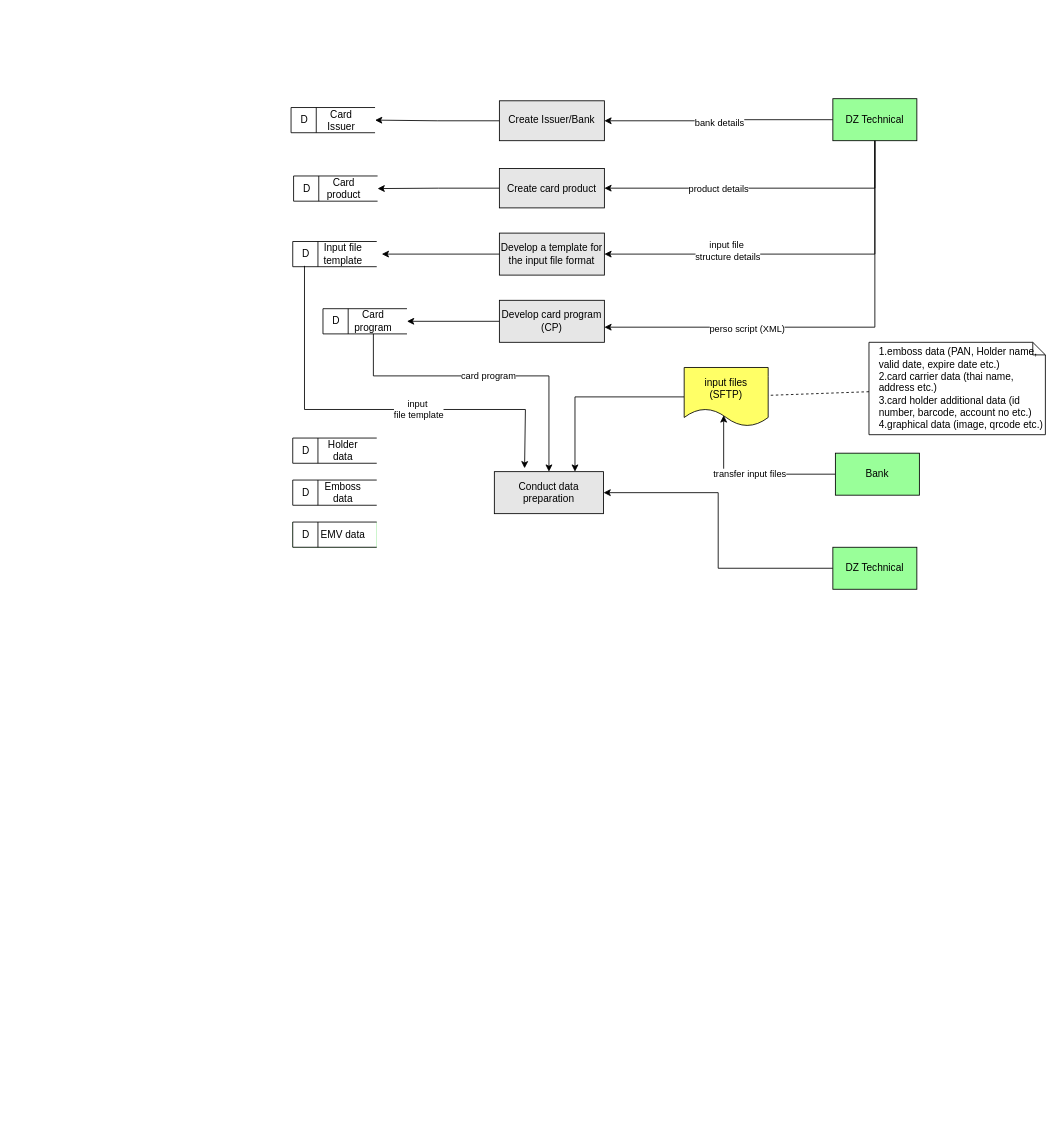
Above: page "centralize model" (1 of 3) of SmartCPSDesignSystem.drawio in delphihero/MyDocument (draw.io), before the change. Source tidied: cells renumbered, new cells numbered last; positions are measured from the earlier drawing's top-left corner, leaving out a move shared by most shapes. Both pictures are drawn from the tidied source at 84%, with x=0, y=0 at pixel (281, 98).
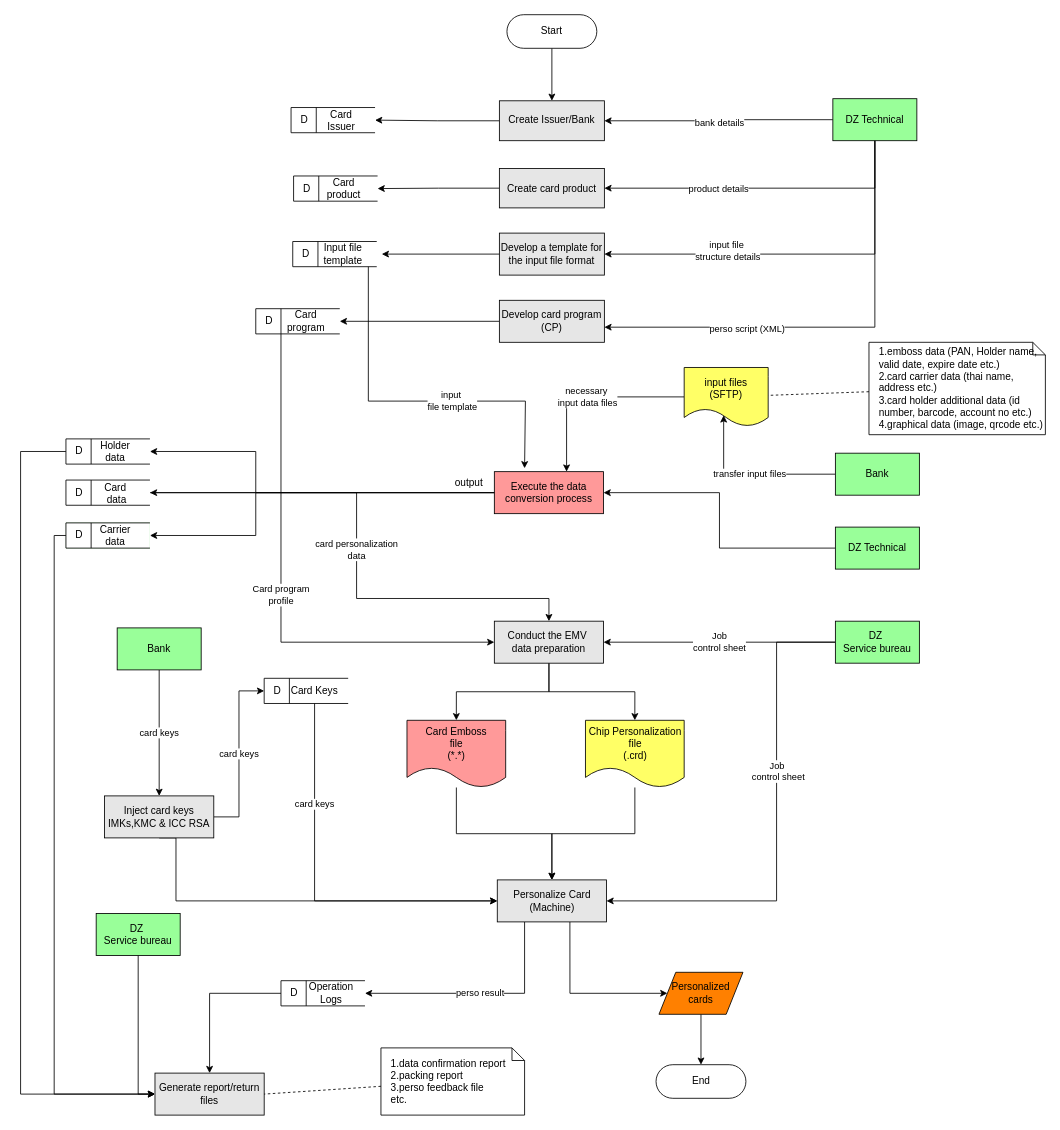
After the change.

The change refers to these unchanged cells:
```xml
<mxCell id="6" value="&lt;div&gt;input files&lt;/div&gt;&lt;div&gt;(SFTP)&lt;br&gt;&lt;/div&gt;" style="shape=document;whiteSpace=wrap;html=1;boundedLbl=1;dashed=0;flipH=1;fillColor=#FFFF66;" parent="1" vertex="1">
  <mxGeometry x="480" y="320" width="100" height="70" as="geometry" />
</mxCell>
<mxCell id="17" value="Create Issuer/Bank" style="html=1;dashed=0;whiteSpace=wrap;fillColor=#E6E6E6;" parent="1" vertex="1">
  <mxGeometry x="260" y="2.5" width="125" height="47.5" as="geometry" />
</mxCell>
<mxCell id="37" value="&amp;nbsp; D" style="html=1;dashed=0;whiteSpace=wrap;shape=mxgraph.dfd.dataStoreID;align=left;spacingLeft=3;points=[[0,0],[0.5,0],[1,0],[0,0.5],[1,0.5],[0,1],[0.5,1],[1,1]];" parent="36" vertex="1">
  <mxGeometry width="100" height="30" as="geometry" />
</mxCell>
<mxCell id="38" value="Input file template" style="text;strokeColor=none;align=center;fillColor=none;html=1;verticalAlign=middle;whiteSpace=wrap;rounded=0;" parent="36" vertex="1">
  <mxGeometry x="30" width="60" height="30" as="geometry" />
</mxCell>
<mxCell id="45" value="&amp;nbsp; D" style="html=1;dashed=0;whiteSpace=wrap;shape=mxgraph.dfd.dataStoreID;align=left;spacingLeft=3;points=[[0,0],[0.5,0],[1,0],[0,0.5],[1,0.5],[0,1],[0.5,1],[1,1]];" parent="44" vertex="1">
  <mxGeometry width="100" height="30" as="geometry" />
</mxCell>
<mxCell id="46" value="Card program" style="text;strokeColor=none;align=center;fillColor=none;html=1;verticalAlign=middle;whiteSpace=wrap;rounded=0;" parent="44" vertex="1">
  <mxGeometry x="30" width="60" height="30" as="geometry" />
</mxCell>
```

Diff of the diagram source:
```diff
@@
+    <mxCell id="50" style="edgeStyle=orthogonalEdgeStyle;rounded=0;jettySize=auto;html=1;entryX=1;entryY=0.5;entryDx=0;entryDy=0;" parent="1" edge="1" source="2" target="8">
+      <mxGeometry relative="1" as="geometry" />
+    </mxCell>
-    <mxCell id="2" value="Conduct data preparation" style="html=1;dashed=0;whiteSpace=wrap;fillColor=#E6E6E6;" parent="1" vertex="1">
+    <mxCell id="2" value="Execute the data conversion process" style="html=1;dashed=0;whiteSpace=wrap;fillColor=#FF9999;" parent="1" vertex="1">
       <mxGeometry x="254" y="444" width="130" height="50" as="geometry" />
     </mxCell>
@@
-    <mxCell id="5" style="edgeStyle=orthogonalEdgeStyle;rounded=0;jettySize=auto;html=1;" parent="1" edge="1" source="6" target="2">
+    <mxCell id="5" value="&lt;div&gt;necessary&amp;nbsp;&lt;/div&gt;&lt;div&gt;input data files&lt;/div&gt;" style="edgeStyle=orthogonalEdgeStyle;rounded=0;jettySize=auto;html=1;" parent="1" edge="1" source="6" target="2">
       <mxGeometry relative="1" as="geometry">
         <Array as="points">
-          <mxPoint x="350" y="355" />
+          <mxPoint x="340" y="355" />
         </Array>
       </mxGeometry>
     </mxCell>
@@
-    <mxCell id="7" style="group;" parent="1" vertex="1">
-      <mxGeometry x="14" y="454" width="100" height="30" as="geometry" />
-    </mxCell>
-    <mxCell id="8" value="&amp;nbsp; D" style="html=1;dashed=0;whiteSpace=wrap;shape=mxgraph.dfd.dataStoreID;align=left;spacingLeft=3;points=[[0,0],[0.5,0],[1,0],[0,0.5],[1,0.5],[0,1],[0.5,1],[1,1]];" parent="7" vertex="1">
-      <mxGeometry width="100" height="30" as="geometry" />
-    </mxCell>
-    <mxCell id="9" value="Emboss data" style="text;strokeColor=none;align=center;fillColor=none;html=1;verticalAlign=middle;whiteSpace=wrap;rounded=0;" parent="7" vertex="1">
-      <mxGeometry x="30" width="60" height="30" as="geometry" />
-    </mxCell>
-    <mxCell id="10" style="group;fillColor=#00CC00;" parent="1" vertex="1">
-      <mxGeometry x="14" y="504" width="100" height="30" as="geometry" />
-    </mxCell>
-    <mxCell id="11" value="&amp;nbsp; D" style="html=1;dashed=0;whiteSpace=wrap;shape=mxgraph.dfd.dataStoreID;align=left;spacingLeft=3;points=[[0,0],[0.5,0],[1,0],[0,0.5],[1,0.5],[0,1],[0.5,1],[1,1]];" parent="10" vertex="1">
-      <mxGeometry width="100" height="30" as="geometry" />
-    </mxCell>
-    <mxCell id="12" value="EMV data" style="text;strokeColor=none;align=center;fillColor=none;html=1;verticalAlign=middle;whiteSpace=wrap;rounded=0;" parent="10" vertex="1">
-      <mxGeometry x="30" width="60" height="30" as="geometry" />
-    </mxCell>
-    <mxCell id="13" style="group;" parent="1" vertex="1">
-      <mxGeometry x="14" y="404" width="100" height="30" as="geometry" />
-    </mxCell>
-    <mxCell id="14" value="&amp;nbsp; D" style="html=1;dashed=0;whiteSpace=wrap;shape=mxgraph.dfd.dataStoreID;align=left;spacingLeft=3;points=[[0,0],[0.5,0],[1,0],[0,0.5],[1,0.5],[0,1],[0.5,1],[1,1]];" parent="13" vertex="1">
-      <mxGeometry width="100" height="30" as="geometry" />
-    </mxCell>
-    <mxCell id="15" value="Holder data" style="text;strokeColor=none;align=center;fillColor=none;html=1;verticalAlign=middle;whiteSpace=wrap;rounded=0;" parent="13" vertex="1">
-      <mxGeometry x="30" width="60" height="30" as="geometry" />
-    </mxCell>
@@
-    <mxCell id="39" value="&lt;div&gt;input&amp;nbsp;&lt;/div&gt;&lt;div&gt;file template&lt;/div&gt;" style="rounded=0;jettySize=auto;html=1;edgeStyle=orthogonalEdgeStyle;exitX=0.14;exitY=0.967;exitDx=0;exitDy=0;exitPerimeter=0;" parent="1" edge="1" source="37">
+    <mxCell id="39" value="&lt;div&gt;input&amp;nbsp;&lt;/div&gt;&lt;div&gt;file template&lt;/div&gt;" style="rounded=0;jettySize=auto;html=1;edgeStyle=orthogonalEdgeStyle;exitX=1;exitY=1;exitDx=0;exitDy=0;" parent="1" edge="1" source="38">
       <mxGeometry x="0.22" relative="1" as="geometry">
         <mxPoint x="290" y="440" as="targetPoint" />
         <Array as="points">
-          <mxPoint x="28" y="370" />
-          <mxPoint x="291" y="370" />
+          <mxPoint x="104" y="360" />
+          <mxPoint x="291" y="360" />
         </Array>
       </mxGeometry>
     </mxCell>
@@
     <mxCell id="44" style="group;" parent="1" vertex="1">
-      <mxGeometry x="50" y="250" width="100" height="30" as="geometry" />
+      <mxGeometry x="-30" y="250" width="100" height="30" as="geometry" />
     </mxCell>
@@
-    <mxCell id="47" value="card program" style="edgeStyle=orthogonalEdgeStyle;rounded=0;jettySize=auto;html=1;entryX=0.5;entryY=0;entryDx=0;entryDy=0;" parent="1" edge="1" source="46" target="2">
-      <mxGeometry relative="1" as="geometry">
-        <Array as="points">
-          <mxPoint x="110" y="330" />
-          <mxPoint x="319" y="330" />
-        </Array>
-      </mxGeometry>
-    </mxCell>
@@
     <mxCell id="49" value="DZ Technical" style="html=1;dashed=0;whiteSpace=wrap;fillColor=#99FF99;" parent="1" vertex="1">
-      <mxGeometry x="657" y="534" width="100" height="50" as="geometry" />
+      <mxGeometry x="660" y="510" width="100" height="50" as="geometry" />
     </mxCell>
+    <mxCell id="51" style="edgeStyle=orthogonalEdgeStyle;rounded=0;jettySize=auto;html=1;entryX=0.5;entryY=0;entryDx=0;entryDy=0;" parent="1" edge="1" source="53" target="66">
+      <mxGeometry relative="1" as="geometry" />
+    </mxCell>
+    <mxCell id="52" style="edgeStyle=orthogonalEdgeStyle;rounded=0;jettySize=auto;html=1;entryX=0.5;entryY=0;entryDx=0;entryDy=0;" parent="1" edge="1" source="53" target="68">
+      <mxGeometry relative="1" as="geometry" />
+    </mxCell>
+    <mxCell id="53" value="&lt;div&gt;Conduct the EMV&amp;nbsp;&lt;/div&gt;&lt;div&gt;data preparation&lt;/div&gt;" style="html=1;dashed=0;whiteSpace=wrap;fillColor=#E6E6E6;" parent="1" vertex="1">
+      <mxGeometry x="254" y="622" width="130" height="50" as="geometry" />
+    </mxCell>
+    <mxCell id="10" style="group;fillColor=#00CC00;" parent="1" vertex="1">
+      <mxGeometry x="-256" y="505" width="100" height="30" as="geometry" />
+    </mxCell>
+    <mxCell id="54" style="edgeStyle=orthogonalEdgeStyle;rounded=0;jettySize=auto;html=1;entryX=1;entryY=0.5;entryDx=0;entryDy=0;exitX=0;exitY=0.5;exitDx=0;exitDy=0;" parent="1" edge="1" source="2" target="14">
+      <mxGeometry relative="1" as="geometry">
+        <Array as="points">
+          <mxPoint x="-30" y="469" />
+          <mxPoint x="-30" y="420" />
+        </Array>
+      </mxGeometry>
+    </mxCell>
+    <mxCell id="55" style="edgeStyle=orthogonalEdgeStyle;rounded=0;jettySize=auto;html=1;entryX=1;entryY=0.5;entryDx=0;entryDy=0;exitX=0;exitY=0.5;exitDx=0;exitDy=0;" parent="1" edge="1" source="2" target="11">
+      <mxGeometry relative="1" as="geometry">
+        <Array as="points">
+          <mxPoint x="-30" y="469" />
+          <mxPoint x="-30" y="520" />
+        </Array>
+      </mxGeometry>
+    </mxCell>
+    <mxCell id="56" value="card personalization &lt;br&gt;&lt;div&gt;data&lt;/div&gt;" style="edgeStyle=orthogonalEdgeStyle;rounded=0;jettySize=auto;html=1;entryX=0.5;entryY=0;entryDx=0;entryDy=0;" parent="1" edge="1" source="8" target="53">
+      <mxGeometry relative="1" as="geometry">
+        <Array as="points">
+          <mxPoint x="90" y="469" />
+          <mxPoint x="90" y="595" />
+          <mxPoint x="319" y="595" />
+        </Array>
+      </mxGeometry>
+    </mxCell>
+    <mxCell id="8" value="&amp;nbsp; D" style="html=1;dashed=0;whiteSpace=wrap;shape=mxgraph.dfd.dataStoreID;align=left;spacingLeft=3;points=[[0,0],[0.5,0],[1,0],[0,0.5],[1,0.5],[0,1],[0.5,1],[1,1]];" parent="1" vertex="1">
+      <mxGeometry x="-256" y="454" width="100" height="30" as="geometry" />
+    </mxCell>
+    <mxCell id="9" value="&lt;div&gt;Card&lt;/div&gt;&lt;div&gt;&amp;nbsp;data&lt;/div&gt;" style="text;strokeColor=none;align=center;fillColor=none;html=1;verticalAlign=middle;whiteSpace=wrap;rounded=0;" parent="1" vertex="1">
+      <mxGeometry x="-227" y="455" width="60" height="30" as="geometry" />
+    </mxCell>
+    <mxCell id="57" style="edgeStyle=orthogonalEdgeStyle;rounded=0;jettySize=auto;html=1;entryX=0;entryY=0.5;entryDx=0;entryDy=0;" parent="1" edge="1" source="11" target="86">
+      <mxGeometry relative="1" as="geometry">
+        <Array as="points">
+          <mxPoint x="-270" y="520" />
+          <mxPoint x="-270" y="1185" />
+        </Array>
+      </mxGeometry>
+    </mxCell>
+    <mxCell id="11" value="&amp;nbsp; D" style="html=1;dashed=0;whiteSpace=wrap;shape=mxgraph.dfd.dataStoreID;align=left;spacingLeft=3;points=[[0,0],[0.5,0],[1,0],[0,0.5],[1,0.5],[0,1],[0.5,1],[1,1]];" parent="1" vertex="1">
+      <mxGeometry x="-256" y="505" width="100" height="30" as="geometry" />
+    </mxCell>
+    <mxCell id="12" value="Carrier data" style="text;strokeColor=none;align=center;fillColor=none;html=1;verticalAlign=middle;whiteSpace=wrap;rounded=0;" parent="1" vertex="1">
+      <mxGeometry x="-227" y="505" width="60" height="30" as="geometry" />
+    </mxCell>
+    <mxCell id="58" style="edgeStyle=orthogonalEdgeStyle;rounded=0;jettySize=auto;html=1;" parent="1" edge="1" source="14" target="86">
+      <mxGeometry relative="1" as="geometry">
+        <Array as="points">
+          <mxPoint x="-310" y="420" />
+          <mxPoint x="-310" y="1185" />
+        </Array>
+      </mxGeometry>
+    </mxCell>
+    <mxCell id="14" value="&amp;nbsp; D" style="html=1;dashed=0;whiteSpace=wrap;shape=mxgraph.dfd.dataStoreID;align=left;spacingLeft=3;points=[[0,0],[0.5,0],[1,0],[0,0.5],[1,0.5],[0,1],[0.5,1],[1,1]];" parent="1" vertex="1">
+      <mxGeometry x="-256" y="405" width="100" height="30" as="geometry" />
+    </mxCell>
+    <mxCell id="15" value="Holder data" style="text;strokeColor=none;align=center;fillColor=none;html=1;verticalAlign=middle;whiteSpace=wrap;rounded=0;" parent="1" vertex="1">
+      <mxGeometry x="-227" y="405" width="60" height="30" as="geometry" />
+    </mxCell>
+    <mxCell id="59" value="output" style="text;strokeColor=none;align=center;fillColor=none;html=1;verticalAlign=middle;whiteSpace=wrap;rounded=0;" parent="1" vertex="1">
+      <mxGeometry x="194" y="442" width="60" height="30" as="geometry" />
+    </mxCell>
+    <mxCell id="60" value="&lt;div&gt;Card program&lt;/div&gt;&lt;div&gt;profile&lt;br&gt;&lt;/div&gt;" style="edgeStyle=orthogonalEdgeStyle;rounded=0;jettySize=auto;html=1;entryX=0;entryY=0.5;entryDx=0;entryDy=0;" parent="1" edge="1" source="45" target="53">
+      <mxGeometry relative="1" as="geometry">
+        <Array as="points">
+          <mxPoint y="647" />
+        </Array>
+      </mxGeometry>
+    </mxCell>
+    <mxCell id="61" value="Job&lt;div&gt;control sheet&lt;/div&gt;" style="edgeStyle=orthogonalEdgeStyle;rounded=0;jettySize=auto;html=1;entryX=1;entryY=0.5;entryDx=0;entryDy=0;" parent="1" edge="1" source="64" target="53">
+      <mxGeometry relative="1" as="geometry" />
+    </mxCell>
+    <mxCell id="62" style="edgeStyle=orthogonalEdgeStyle;rounded=0;jettySize=auto;html=1;entryX=1;entryY=0.5;entryDx=0;entryDy=0;" parent="1" edge="1" source="64" target="71">
+      <mxGeometry relative="1" as="geometry">
+        <Array as="points">
+          <mxPoint x="590" y="647" />
+          <mxPoint x="590" y="955" />
+        </Array>
+      </mxGeometry>
+    </mxCell>
+    <mxCell id="63" value="&lt;div&gt;Job&amp;nbsp;&lt;/div&gt;&lt;div&gt;control sheet&lt;/div&gt;" style="edgeLabel;html=1;align=center;verticalAlign=middle;" parent="62" vertex="1">
+      <mxGeometry x="-0.23" y="1" relative="1" as="geometry" />
+    </mxCell>
+    <mxCell id="64" value="&lt;div&gt;DZ&amp;nbsp;&lt;/div&gt;&lt;div&gt;Service bureau&lt;/div&gt;" style="html=1;dashed=0;whiteSpace=wrap;fillColor=#99FF99;" parent="1" vertex="1">
+      <mxGeometry x="660" y="622" width="100" height="50" as="geometry" />
+    </mxCell>
+    <mxCell id="65" style="edgeStyle=orthogonalEdgeStyle;rounded=0;jettySize=auto;html=1;entryX=0.5;entryY=0;entryDx=0;entryDy=0;" parent="1" edge="1" source="66" target="71">
+      <mxGeometry relative="1" as="geometry" />
+    </mxCell>
+    <mxCell id="66" value="&lt;div&gt;Chip Personalization&lt;/div&gt;&lt;div&gt;file&lt;/div&gt;&lt;div&gt;(.crd)&lt;br&gt;&lt;/div&gt;" style="shape=document;whiteSpace=wrap;html=1;boundedLbl=1;dashed=0;flipH=1;fillColor=#FFFF66;" parent="1" vertex="1">
+      <mxGeometry x="362.5" y="740" width="117.5" height="80" as="geometry" />
+    </mxCell>
+    <mxCell id="67" style="edgeStyle=orthogonalEdgeStyle;rounded=0;jettySize=auto;html=1;" parent="1" edge="1" source="68" target="71">
+      <mxGeometry relative="1" as="geometry" />
+    </mxCell>
+    <mxCell id="68" value="&lt;div&gt;Card Emboss&lt;/div&gt;&lt;div&gt;file&lt;/div&gt;&lt;div&gt;(*.*)&lt;br&gt;&lt;/div&gt;" style="shape=document;whiteSpace=wrap;html=1;boundedLbl=1;dashed=0;flipH=1;fillColor=#FF9999;" parent="1" vertex="1">
+      <mxGeometry x="150" y="740" width="117.5" height="80" as="geometry" />
+    </mxCell>
+    <mxCell id="69" style="edgeStyle=orthogonalEdgeStyle;rounded=0;jettySize=auto;html=1;exitX=0.665;exitY=1;exitDx=0;exitDy=0;exitPerimeter=0;entryX=0;entryY=0.5;entryDx=0;entryDy=0;" parent="1" edge="1" source="71" target="73">
+      <mxGeometry relative="1" as="geometry">
+        <Array as="points">
+          <mxPoint x="344" y="1065" />
+        </Array>
+      </mxGeometry>
+    </mxCell>
+    <mxCell id="70" value="perso result" style="edgeStyle=orthogonalEdgeStyle;rounded=0;jettySize=auto;html=1;entryX=1;entryY=0.5;entryDx=0;entryDy=0;" parent="1" edge="1" source="71" target="88">
+      <mxGeometry relative="1" as="geometry">
+        <Array as="points">
+          <mxPoint x="290" y="1065" />
+        </Array>
+      </mxGeometry>
+    </mxCell>
+    <mxCell id="71" value="&lt;div&gt;Personalize Card&lt;/div&gt;&lt;div&gt;(Machine)&lt;br&gt;&lt;/div&gt;" style="html=1;dashed=0;whiteSpace=wrap;fillColor=#E6E6E6;" parent="1" vertex="1">
+      <mxGeometry x="257.5" y="930" width="130" height="50" as="geometry" />
+    </mxCell>
+    <mxCell id="72" style="edgeStyle=orthogonalEdgeStyle;rounded=0;jettySize=auto;html=1;" parent="1" edge="1" source="73" target="76">
+      <mxGeometry relative="1" as="geometry" />
+    </mxCell>
+    <mxCell id="73" value="Personalized cards" style="shape=parallelogram;perimeter=parallelogramPerimeter;whiteSpace=wrap;html=1;dashed=0;fillColor=#FF8000;" parent="1" vertex="1">
+      <mxGeometry x="450" y="1040" width="100" height="50" as="geometry" />
+    </mxCell>
+    <mxCell id="74" style="edgeStyle=orthogonalEdgeStyle;rounded=0;jettySize=auto;html=1;entryX=0.5;entryY=0;entryDx=0;entryDy=0;" parent="1" edge="1" source="75" target="17">
+      <mxGeometry relative="1" as="geometry" />
+    </mxCell>
+    <mxCell id="75" value="Start" style="html=1;dashed=0;whiteSpace=wrap;shape=mxgraph.dfd.start;" parent="1" vertex="1">
+      <mxGeometry x="269" y="-100" width="107" height="40" as="geometry" />
+    </mxCell>
+    <mxCell id="76" value="End" style="html=1;dashed=0;whiteSpace=wrap;shape=mxgraph.dfd.start;" parent="1" vertex="1">
+      <mxGeometry x="446.5" y="1150" width="107" height="40" as="geometry" />
+    </mxCell>
+    <mxCell id="77" style="edgeStyle=orthogonalEdgeStyle;rounded=0;jettySize=auto;html=1;entryX=0;entryY=0.5;entryDx=0;entryDy=0;exitX=0.5;exitY=1;exitDx=0;exitDy=0;" parent="1" edge="1" source="79" target="71">
+      <mxGeometry relative="1" as="geometry">
+        <Array as="points">
+          <mxPoint x="-125" y="955" />
+        </Array>
+      </mxGeometry>
+    </mxCell>
+    <mxCell id="78" value="card keys" style="edgeStyle=orthogonalEdgeStyle;rounded=0;jettySize=auto;html=1;entryX=0;entryY=0.5;entryDx=0;entryDy=0;" parent="1" edge="1" source="79" target="83">
+      <mxGeometry relative="1" as="geometry" />
+    </mxCell>
+    <mxCell id="79" value="&lt;div&gt;Inject card keys&lt;/div&gt;&lt;div&gt;&lt;div&gt;IMKs,KMC &amp;amp; ICC RSA&lt;/div&gt;&lt;/div&gt;" style="html=1;dashed=0;whiteSpace=wrap;fillColor=#E6E6E6;" parent="1" vertex="1">
+      <mxGeometry x="-210" y="830" width="130" height="50" as="geometry" />
+    </mxCell>
+    <mxCell id="80" value="card keys" style="edgeStyle=orthogonalEdgeStyle;rounded=0;jettySize=auto;html=1;entryX=0.5;entryY=0;entryDx=0;entryDy=0;" parent="1" edge="1" source="81" target="79">
+      <mxGeometry relative="1" as="geometry" />
+    </mxCell>
+    <mxCell id="81" value="Bank" style="html=1;dashed=0;whiteSpace=wrap;fillColor=#99FF99;" parent="1" vertex="1">
+      <mxGeometry x="-195" y="630" width="100" height="50" as="geometry" />
+    </mxCell>
+    <mxCell id="82" style="group;" parent="1" vertex="1">
+      <mxGeometry x="-20" y="690" width="100" height="30" as="geometry" />
+    </mxCell>
+    <mxCell id="83" value="&amp;nbsp; D" style="html=1;dashed=0;whiteSpace=wrap;shape=mxgraph.dfd.dataStoreID;align=left;spacingLeft=3;points=[[0,0],[0.5,0],[1,0],[0,0.5],[1,0.5],[0,1],[0.5,1],[1,1]];" parent="82" vertex="1">
+      <mxGeometry width="100" height="30" as="geometry" />
+    </mxCell>
+    <mxCell id="84" value="Card Keys" style="text;strokeColor=none;align=center;fillColor=none;html=1;verticalAlign=middle;whiteSpace=wrap;rounded=0;" parent="82" vertex="1">
+      <mxGeometry x="30" width="60" height="30" as="geometry" />
+    </mxCell>
+    <mxCell id="85" value="card keys" style="edgeStyle=orthogonalEdgeStyle;rounded=0;jettySize=auto;html=1;entryX=0;entryY=0.5;entryDx=0;entryDy=0;exitX=0.5;exitY=1;exitDx=0;exitDy=0;" parent="1" edge="1" source="84" target="71">
+      <mxGeometry x="-0.47" relative="1" as="geometry" />
+    </mxCell>
+    <mxCell id="86" value="Generate report/return files" style="html=1;dashed=0;whiteSpace=wrap;fillColor=#E6E6E6;" parent="1" vertex="1">
+      <mxGeometry x="-150" y="1160" width="130" height="50" as="geometry" />
+    </mxCell>
+    <mxCell id="87" style="group;" parent="1" vertex="1">
+      <mxGeometry y="1050" width="100" height="30" as="geometry" />
+    </mxCell>
+    <mxCell id="88" value="&amp;nbsp; D" style="html=1;dashed=0;whiteSpace=wrap;shape=mxgraph.dfd.dataStoreID;align=left;spacingLeft=3;points=[[0,0],[0.5,0],[1,0],[0,0.5],[1,0.5],[0,1],[0.5,1],[1,1]];" parent="87" vertex="1">
+      <mxGeometry width="100" height="30" as="geometry" />
+    </mxCell>
+    <mxCell id="89" value="Operation Logs" style="text;strokeColor=none;align=center;fillColor=none;html=1;verticalAlign=middle;whiteSpace=wrap;rounded=0;" parent="87" vertex="1">
+      <mxGeometry x="30" width="60" height="30" as="geometry" />
+    </mxCell>
+    <mxCell id="90" style="edgeStyle=orthogonalEdgeStyle;rounded=0;jettySize=auto;html=1;entryX=0;entryY=0.5;entryDx=0;entryDy=0;exitX=0.5;exitY=1;exitDx=0;exitDy=0;" parent="1" edge="1" source="91" target="86">
+      <mxGeometry relative="1" as="geometry" />
+    </mxCell>
+    <mxCell id="91" value="&lt;div&gt;DZ&amp;nbsp;&lt;/div&gt;&lt;div&gt;Service bureau&lt;/div&gt;" style="html=1;dashed=0;whiteSpace=wrap;fillColor=#99FF99;" parent="1" vertex="1">
+      <mxGeometry x="-220" y="970" width="100" height="50" as="geometry" />
+    </mxCell>
+    <mxCell id="92" style="edgeStyle=orthogonalEdgeStyle;rounded=0;jettySize=auto;html=1;" parent="1" edge="1" source="88" target="86">
+      <mxGeometry relative="1" as="geometry" />
+    </mxCell>
+    <mxCell id="93" value="&lt;div&gt;1.data confirmation report&lt;/div&gt;&lt;div&gt;2.packing report&lt;/div&gt;&lt;div&gt;3.perso feedback file&lt;/div&gt;&lt;div&gt;etc.&lt;br&gt;&lt;/div&gt;" style="shape=note;size=15;align=left;spacingLeft=10;html=1;whiteSpace=wrap;" parent="1" vertex="1">
+      <mxGeometry x="119" y="1130" width="171" height="80" as="geometry" />
+    </mxCell>
+    <mxCell id="94" style="edgeStyle=none;endArrow=none;dashed=1;html=1;rounded=0;entryX=1;entryY=0.5;entryDx=0;entryDy=0;" parent="1" edge="1" source="93" target="86">
+      <mxGeometry x="1" relative="1" as="geometry" />
+    </mxCell>
```
